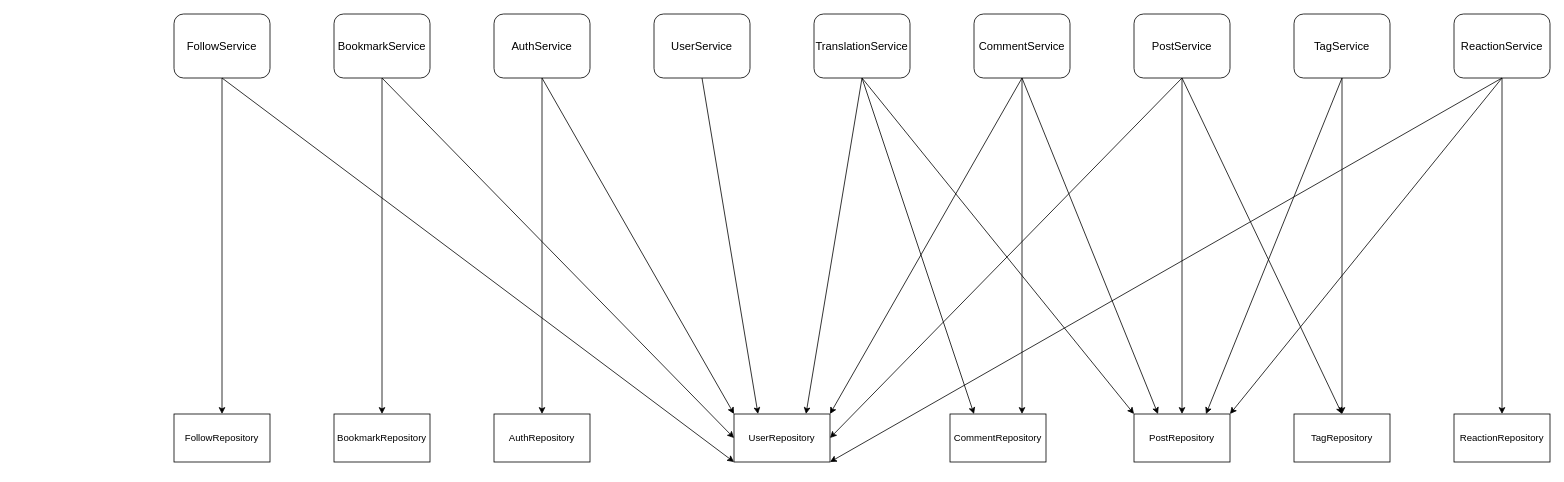
Above: docs/src/assets/backend-calling-deps.drawio in CNVN2024-2-Boiz/etsubi (draw.io), before the change. Source tidied: cells renumbered, new cells numbered last; positions are measured from the earlier drawing's top-left corner, leaving out a move shared by most shapes. Both pictures are drawn from the tidied source at 80%, with x=0, y=0 at pixel (174, 14).
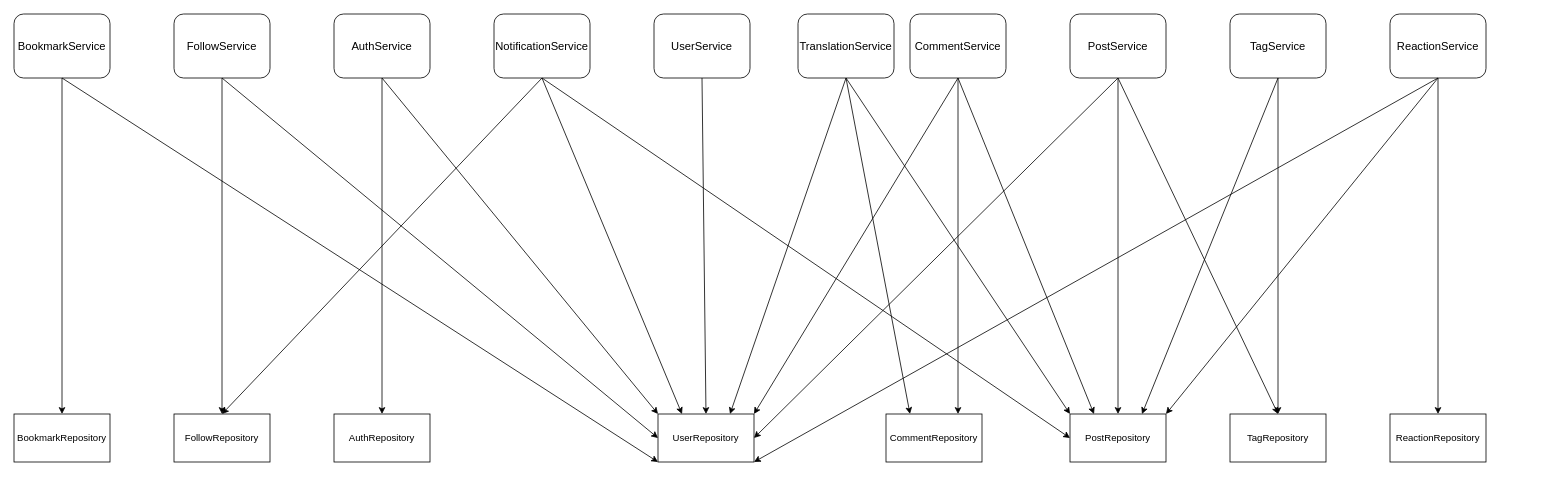
The same page after the edit.

The change refers to these unchanged cells:
```xml
<mxCell id="2" value="UserService" style="rounded=1;whiteSpace=wrap;html=1;roundedPerimeter=1;fontSize=14;" parent="1" vertex="1">
  <mxGeometry x="600" width="120" height="80" as="geometry" />
</mxCell>
<mxCell id="7" value="FollowService" style="rounded=1;whiteSpace=wrap;html=1;roundedPerimeter=1;fontSize=14;" parent="1" vertex="1">
  <mxGeometry width="120" height="80" as="geometry" />
</mxCell>
<mxCell id="15" value="FollowRepository" style="rounded=0;whiteSpace=wrap;html=1;" parent="1" vertex="1">
  <mxGeometry y="500" width="120" height="60" as="geometry" />
</mxCell>
```

What changed in the source:
```diff
@@
     <mxCell id="3" value="PostService" style="rounded=1;whiteSpace=wrap;html=1;roundedPerimeter=1;fontSize=14;" parent="1" vertex="1">
-      <mxGeometry x="1200" width="120" height="80" as="geometry" />
+      <mxGeometry x="1120" width="120" height="80" as="geometry" />
     </mxCell>
     <mxCell id="4" value="CommentService" style="rounded=1;whiteSpace=wrap;html=1;roundedPerimeter=1;fontSize=14;" parent="1" vertex="1">
-      <mxGeometry x="1000" width="120" height="80" as="geometry" />
+      <mxGeometry x="920" width="120" height="80" as="geometry" />
     </mxCell>
     <mxCell id="5" value="AuthService" style="rounded=1;whiteSpace=wrap;html=1;roundedPerimeter=1;fontSize=14;" parent="1" vertex="1">
-      <mxGeometry x="400" width="120" height="80" as="geometry" />
+      <mxGeometry x="200" width="120" height="80" as="geometry" />
     </mxCell>
     <mxCell id="6" value="BookmarkService" style="rounded=1;whiteSpace=wrap;html=1;roundedPerimeter=1;fontSize=14;" parent="1" vertex="1">
-      <mxGeometry x="200" width="120" height="80" as="geometry" />
+      <mxGeometry x="-200" width="120" height="80" as="geometry" />
     </mxCell>
@@
     <mxCell id="8" value="ReactionService" style="rounded=1;whiteSpace=wrap;html=1;roundedPerimeter=1;fontSize=14;" parent="1" vertex="1">
-      <mxGeometry x="1600" width="120" height="80" as="geometry" />
+      <mxGeometry x="1520" width="120" height="80" as="geometry" />
     </mxCell>
     <mxCell id="9" value="TagService" style="rounded=1;whiteSpace=wrap;html=1;roundedPerimeter=1;fontSize=14;" parent="1" vertex="1">
-      <mxGeometry x="1400" width="120" height="80" as="geometry" />
+      <mxGeometry x="1320" width="120" height="80" as="geometry" />
     </mxCell>
     <mxCell id="10" value="UserRepository" style="rounded=0;whiteSpace=wrap;html=1;" parent="1" vertex="1">
-      <mxGeometry x="700" y="500" width="120" height="60" as="geometry" />
+      <mxGeometry x="605" y="500" width="120" height="60" as="geometry" />
     </mxCell>
     <mxCell id="11" value="PostRepository" style="rounded=0;whiteSpace=wrap;html=1;" parent="1" vertex="1">
-      <mxGeometry x="1200" y="500" width="120" height="60" as="geometry" />
+      <mxGeometry x="1120" y="500" width="120" height="60" as="geometry" />
     </mxCell>
     <mxCell id="12" value="CommentRepository" style="rounded=0;whiteSpace=wrap;html=1;" parent="1" vertex="1">
-      <mxGeometry x="970" y="500" width="120" height="60" as="geometry" />
+      <mxGeometry x="890" y="500" width="120" height="60" as="geometry" />
     </mxCell>
     <mxCell id="13" value="TagRepository" style="rounded=0;whiteSpace=wrap;html=1;" parent="1" vertex="1">
-      <mxGeometry x="1400" y="500" width="120" height="60" as="geometry" />
+      <mxGeometry x="1320" y="500" width="120" height="60" as="geometry" />
     </mxCell>
     <mxCell id="14" value="BookmarkRepository" style="rounded=0;whiteSpace=wrap;html=1;" parent="1" vertex="1">
-      <mxGeometry x="200" y="500" width="120" height="60" as="geometry" />
+      <mxGeometry x="-200" y="500" width="120" height="60" as="geometry" />
     </mxCell>
@@
     <mxCell id="16" value="ReactionRepository" style="rounded=0;whiteSpace=wrap;html=1;" parent="1" vertex="1">
-      <mxGeometry x="1600" y="500" width="120" height="60" as="geometry" />
+      <mxGeometry x="1520" y="500" width="120" height="60" as="geometry" />
     </mxCell>
-    <mxCell id="17" style="endArrow=classic;html=1;rounded=0;exitX=0.5;exitY=1;exitDx=0;exitDy=0;entryX=0.25;entryY=0;entryDx=0;entryDy=0;" parent="1" edge="1" source="2" target="10">
+    <mxCell id="17" style="endArrow=classic;html=1;rounded=0;exitX=0.5;exitY=1;exitDx=0;exitDy=0;entryX=0.5;entryY=0;entryDx=0;entryDy=0;" parent="1" edge="1" source="2" target="10">
       <mxGeometry relative="1" as="geometry" />
     </mxCell>
@@
-    <mxCell id="24" style="endArrow=classic;html=1;rounded=0;exitX=0.5;exitY=1;exitDx=0;exitDy=0;entryX=0;entryY=0.5;entryDx=0;entryDy=0;" parent="1" edge="1" source="6" target="10">
+    <mxCell id="24" style="endArrow=classic;html=1;rounded=0;exitX=0.5;exitY=1;exitDx=0;exitDy=0;entryX=0;entryY=1;entryDx=0;entryDy=0;" parent="1" edge="1" source="6" target="10">
       <mxGeometry relative="1" as="geometry" />
     </mxCell>
@@
-    <mxCell id="27" style="endArrow=classic;html=1;rounded=0;exitX=0.5;exitY=1;exitDx=0;exitDy=0;entryX=0;entryY=1;entryDx=0;entryDy=0;" parent="1" edge="1" source="7" target="10">
+    <mxCell id="27" style="endArrow=classic;html=1;rounded=0;exitX=0.5;exitY=1;exitDx=0;exitDy=0;entryX=0;entryY=0.5;entryDx=0;entryDy=0;" parent="1" edge="1" source="7" target="10">
       <mxGeometry relative="1" as="geometry" />
     </mxCell>
@@
     <mxCell id="33" value="TranslationService" style="rounded=1;whiteSpace=wrap;html=1;roundedPerimeter=1;fontSize=14;" parent="1" vertex="1">
-      <mxGeometry x="800" width="120" height="80" as="geometry" />
+      <mxGeometry x="780" width="120" height="80" as="geometry" />
     </mxCell>
@@
     <mxCell id="37" value="AuthRepository" style="rounded=0;whiteSpace=wrap;html=1;" parent="1" vertex="1">
-      <mxGeometry x="400" y="500" width="120" height="60" as="geometry" />
+      <mxGeometry x="200" y="500" width="120" height="60" as="geometry" />
     </mxCell>
@@
+    <mxCell id="40" value="NotificationService" style="rounded=1;whiteSpace=wrap;html=1;roundedPerimeter=1;fontSize=14;" parent="1" vertex="1">
+      <mxGeometry x="400" width="120" height="80" as="geometry" />
+    </mxCell>
+    <mxCell id="41" style="endArrow=classic;html=1;rounded=0;exitX=0.5;exitY=1;exitDx=0;exitDy=0;entryX=0.25;entryY=0;entryDx=0;entryDy=0;" parent="1" edge="1" source="40" target="10">
+      <mxGeometry relative="1" as="geometry" />
+    </mxCell>
+    <mxCell id="42" style="endArrow=classic;html=1;rounded=0;exitX=0.5;exitY=1;exitDx=0;exitDy=0;entryX=0.5;entryY=0;entryDx=0;entryDy=0;" parent="1" edge="1" source="40" target="15">
+      <mxGeometry relative="1" as="geometry" />
+    </mxCell>
+    <mxCell id="43" style="endArrow=classic;html=1;rounded=0;exitX=0.5;exitY=1;exitDx=0;exitDy=0;entryX=0;entryY=0.5;entryDx=0;entryDy=0;" parent="1" edge="1" source="40" target="11">
+      <mxGeometry relative="1" as="geometry" />
+    </mxCell>
```
